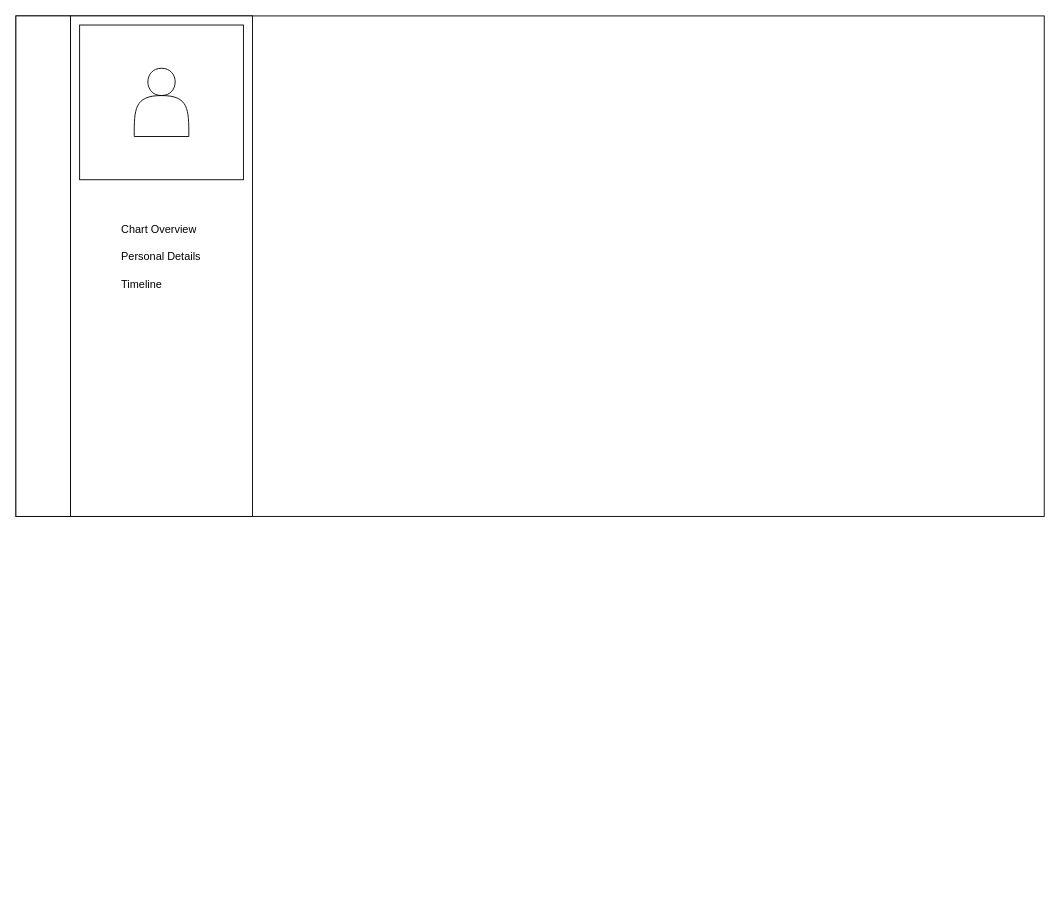
The draw.io diagram diagrams/UserPatientChartDesign.drawio in empty-works/plain-emrs-no-fw, before the edit. Source tidied: cells renumbered, new cells numbered last; positions are measured from the earlier drawing's top-left corner, leaving out a move shared by most shapes. Both pictures are drawn from the tidied source at 91%, with x=0, y=0 at pixel (15, 15).
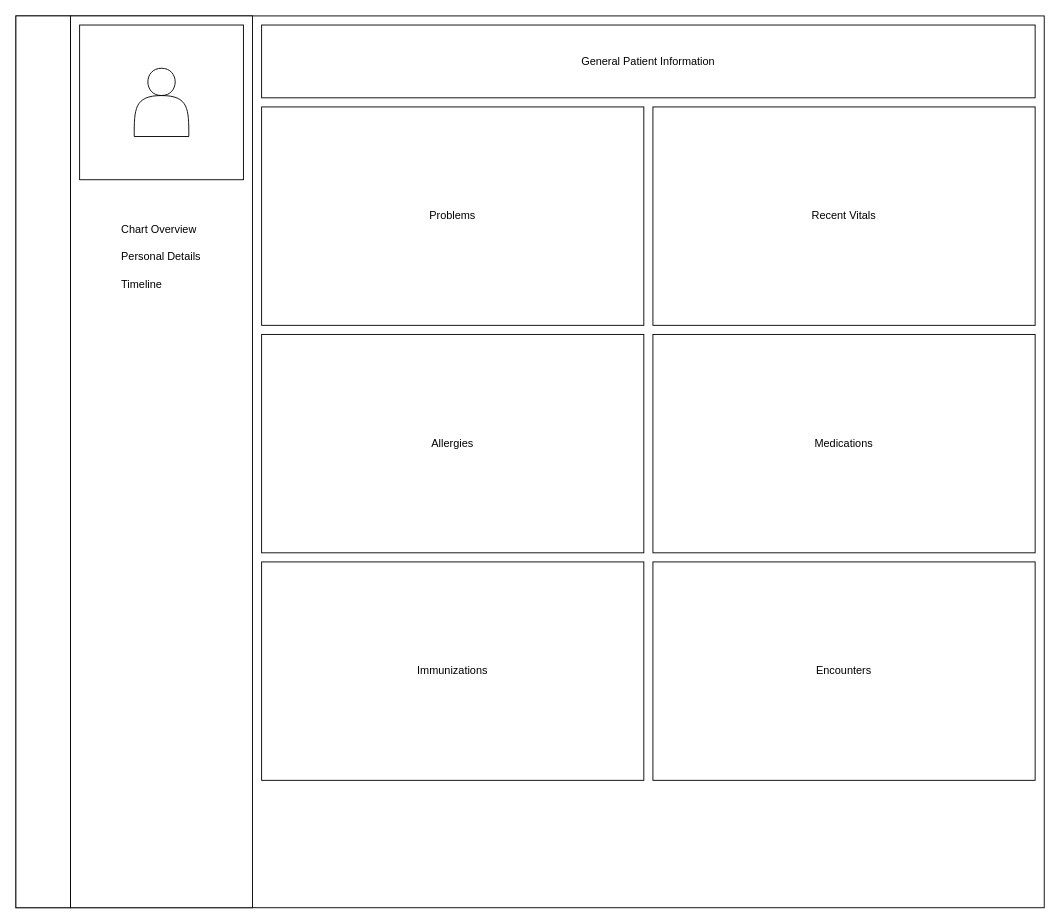
Above is the later version.

Commit message:
Update UserPatientChartDesign.drawio. General layout of the main section. May add more modules.

What changed in the source:
```diff
@@
 <mxGraphModel>
   <root>
     <mxCell id="0" />
     <mxCell id="1" parent="0" />
     <mxCell id="2" style="rounded=0;whiteSpace=wrap;html=1;" parent="1" vertex="1">
-      <mxGeometry width="1130" height="550" as="geometry" />
+      <mxGeometry width="1130" height="980" as="geometry" />
     </mxCell>
     <mxCell id="3" style="rounded=0;whiteSpace=wrap;html=1;" parent="1" vertex="1">
-      <mxGeometry width="60" height="550" as="geometry" />
+      <mxGeometry width="60" height="980" as="geometry" />
     </mxCell>
     <mxCell id="4" style="rounded=0;whiteSpace=wrap;html=1;" parent="1" vertex="1">
-      <mxGeometry x="60" width="200" height="550" as="geometry" />
+      <mxGeometry x="60" width="200" height="980" as="geometry" />
     </mxCell>
     <mxCell id="5" value="Chart Overview" style="text;strokeColor=none;fillColor=none;align=left;verticalAlign=middle;spacingLeft=4;spacingRight=4;overflow=hidden;whiteSpace=wrap;html=1;" parent="1" vertex="1">
       <mxGeometry x="110" y="220" width="110" height="30" as="geometry" />
     </mxCell>
     <mxCell id="6" value="Personal Details" style="text;strokeColor=none;fillColor=none;align=left;verticalAlign=middle;spacingLeft=4;spacingRight=4;overflow=hidden;whiteSpace=wrap;html=1;" parent="1" vertex="1">
       <mxGeometry x="110" y="250" width="110" height="30" as="geometry" />
     </mxCell>
     <mxCell id="7" value="Timeline" style="text;strokeColor=none;fillColor=none;align=left;verticalAlign=middle;spacingLeft=4;spacingRight=4;overflow=hidden;whiteSpace=wrap;html=1;" parent="1" vertex="1">
       <mxGeometry x="110" y="280" width="80" height="30" as="geometry" />
     </mxCell>
     <mxCell id="8" style="rounded=0;whiteSpace=wrap;html=1;" parent="1" vertex="1">
       <mxGeometry x="70" y="10" width="180" height="170" as="geometry" />
     </mxCell>
     <mxCell id="9" style="shape=actor;whiteSpace=wrap;html=1;" parent="1" vertex="1">
       <mxGeometry x="130" y="57.5" width="60" height="75" as="geometry" />
     </mxCell>
+    <mxCell id="10" value="General Patient Information" style="rounded=0;whiteSpace=wrap;html=1;" parent="1" vertex="1">
+      <mxGeometry x="270" y="10" width="850" height="80" as="geometry" />
+    </mxCell>
+    <mxCell id="11" value="Problems" style="rounded=0;whiteSpace=wrap;html=1;" parent="1" vertex="1">
+      <mxGeometry x="270" y="100" width="420" height="240" as="geometry" />
+    </mxCell>
+    <mxCell id="12" value="Recent Vitals" style="rounded=0;whiteSpace=wrap;html=1;" parent="1" vertex="1">
+      <mxGeometry x="700" y="100" width="420" height="240" as="geometry" />
+    </mxCell>
+    <mxCell id="13" value="Allergies" style="rounded=0;whiteSpace=wrap;html=1;" parent="1" vertex="1">
+      <mxGeometry x="270" y="350" width="420" height="240" as="geometry" />
+    </mxCell>
+    <mxCell id="14" value="Medications" style="rounded=0;whiteSpace=wrap;html=1;" parent="1" vertex="1">
+      <mxGeometry x="700" y="350" width="420" height="240" as="geometry" />
+    </mxCell>
+    <mxCell id="15" value="Immunizations" style="rounded=0;whiteSpace=wrap;html=1;" parent="1" vertex="1">
+      <mxGeometry x="270" y="600" width="420" height="240" as="geometry" />
+    </mxCell>
+    <mxCell id="16" value="Encounters" style="rounded=0;whiteSpace=wrap;html=1;" parent="1" vertex="1">
+      <mxGeometry x="700" y="600" width="420" height="240" as="geometry" />
+    </mxCell>
   </root>
 </mxGraphModel>
```
